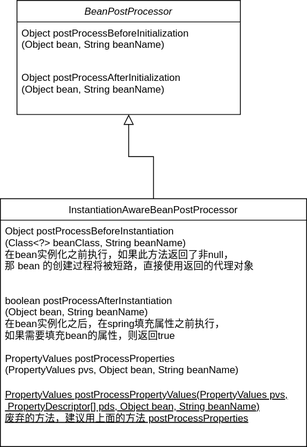
Above: spring.svg in peihuanhuan/draw.io (draw.io), before the change. Source tidied: cells renumbered, new cells last; positions are measured from the earlier drawing's top-left corner, leaving out a move shared by most shapes.
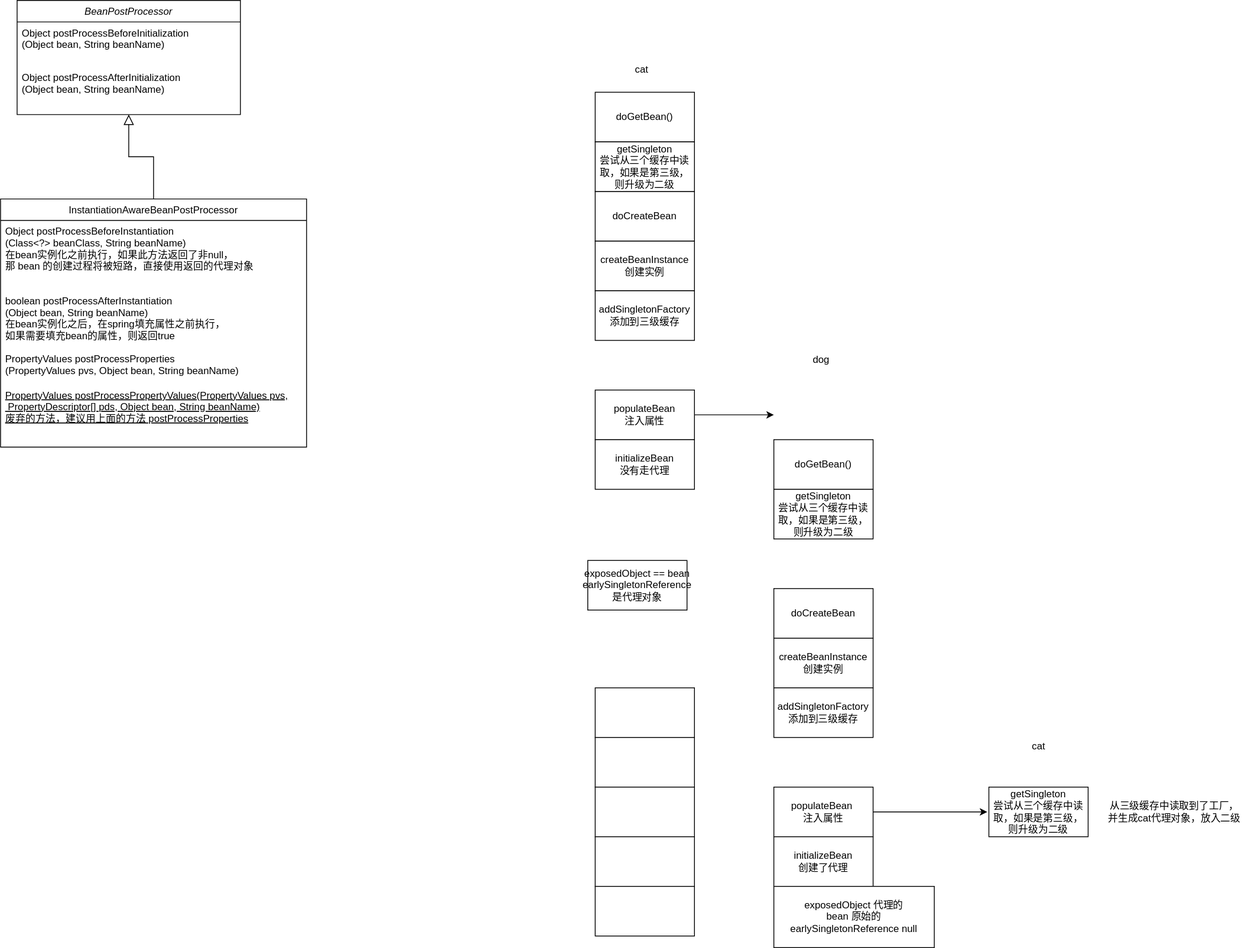
The same file after the commit.

Diff of the diagram source:
```diff
@@ -29,5 +29,93 @@
     <mxCell id="10" style="endArrow=block;endSize=10;endFill=0;shadow=0;strokeWidth=1;rounded=0;edgeStyle=elbowEdgeStyle;elbow=vertical;" parent="1" edge="1" source="5" target="2">
       <mxGeometry relative="1" as="geometry" />
     </mxCell>
+    <mxCell id="11" value="doGetBean()" style="rounded=0;whiteSpace=wrap;html=1;" parent="1" vertex="1">
+      <mxGeometry x="719" y="111" width="120" height="60" as="geometry" />
+    </mxCell>
+    <mxCell id="12" value="doCreateBean" style="rounded=0;whiteSpace=wrap;html=1;" parent="1" vertex="1">
+      <mxGeometry x="719" y="231" width="120" height="60" as="geometry" />
+    </mxCell>
+    <mxCell id="13" value="createBeanInstance&lt;br&gt;创建实例" style="rounded=0;whiteSpace=wrap;html=1;" parent="1" vertex="1">
+      <mxGeometry x="719" y="291" width="120" height="60" as="geometry" />
+    </mxCell>
+    <mxCell id="14" value="addSingletonFactory&lt;br&gt;添加到三级缓存" style="rounded=0;whiteSpace=wrap;html=1;" parent="1" vertex="1">
+      <mxGeometry x="719" y="351" width="120" height="60" as="geometry" />
+    </mxCell>
+    <mxCell id="15" style="edgeStyle=orthogonalEdgeStyle;rounded=0;jettySize=auto;html=1;exitX=1;exitY=0.5;exitDx=0;exitDy=0;entryX=0;entryY=0.5;entryDx=0;entryDy=0;" parent="1" edge="1" source="16">
+      <mxGeometry relative="1" as="geometry">
+        <mxPoint x="935" y="501" as="targetPoint" />
+      </mxGeometry>
+    </mxCell>
+    <mxCell id="16" value="&lt;span&gt;populateBean&lt;br&gt;注入属性&lt;br&gt;&lt;/span&gt;" style="rounded=0;whiteSpace=wrap;html=1;" parent="1" vertex="1">
+      <mxGeometry x="719" y="471" width="120" height="60" as="geometry" />
+    </mxCell>
+    <mxCell id="17" value="&lt;span&gt;initializeBean&lt;br&gt;没有走代理&lt;br&gt;&lt;/span&gt;" style="rounded=0;whiteSpace=wrap;html=1;" parent="1" vertex="1">
+      <mxGeometry x="719" y="531" width="120" height="60" as="geometry" />
+    </mxCell>
+    <mxCell id="18" value="exposedObject == bean&lt;br&gt;earlySingletonReference 是代理对象" style="rounded=0;whiteSpace=wrap;html=1;" parent="1" vertex="1">
+      <mxGeometry x="710" y="677" width="120" height="60" as="geometry" />
+    </mxCell>
+    <mxCell id="19" style="rounded=0;whiteSpace=wrap;html=1;" parent="1" vertex="1">
+      <mxGeometry x="719" y="831" width="120" height="60" as="geometry" />
+    </mxCell>
+    <mxCell id="20" style="rounded=0;whiteSpace=wrap;html=1;" parent="1" vertex="1">
+      <mxGeometry x="719" y="891" width="120" height="60" as="geometry" />
+    </mxCell>
+    <mxCell id="21" style="rounded=0;whiteSpace=wrap;html=1;" parent="1" vertex="1">
+      <mxGeometry x="719" y="951" width="120" height="60" as="geometry" />
+    </mxCell>
+    <mxCell id="22" style="rounded=0;whiteSpace=wrap;html=1;" parent="1" vertex="1">
+      <mxGeometry x="719" y="1011" width="120" height="60" as="geometry" />
+    </mxCell>
+    <mxCell id="23" style="rounded=0;whiteSpace=wrap;html=1;" parent="1" vertex="1">
+      <mxGeometry x="719" y="1071" width="120" height="60" as="geometry" />
+    </mxCell>
+    <mxCell id="24" value="getSingleton&lt;br&gt;尝试从三个缓存中读取，如果是第三级，则升级为二级" style="rounded=0;whiteSpace=wrap;html=1;" parent="1" vertex="1">
+      <mxGeometry x="719" y="171" width="120" height="60" as="geometry" />
+    </mxCell>
+    <mxCell id="25" value="doGetBean()" style="rounded=0;whiteSpace=wrap;html=1;" parent="1" vertex="1">
+      <mxGeometry x="935" y="531" width="120" height="60" as="geometry" />
+    </mxCell>
+    <mxCell id="26" value="doCreateBean" style="rounded=0;whiteSpace=wrap;html=1;" parent="1" vertex="1">
+      <mxGeometry x="935" y="711" width="120" height="60" as="geometry" />
+    </mxCell>
+    <mxCell id="27" value="createBeanInstance&lt;br&gt;创建实例" style="rounded=0;whiteSpace=wrap;html=1;" parent="1" vertex="1">
+      <mxGeometry x="935" y="771" width="120" height="60" as="geometry" />
+    </mxCell>
+    <mxCell id="28" value="addSingletonFactory&lt;br&gt;添加到三级缓存" style="rounded=0;whiteSpace=wrap;html=1;" parent="1" vertex="1">
+      <mxGeometry x="935" y="831" width="120" height="60" as="geometry" />
+    </mxCell>
+    <mxCell id="29" style="edgeStyle=orthogonalEdgeStyle;rounded=0;jettySize=auto;html=1;entryX=0;entryY=0.5;entryDx=0;entryDy=0;" parent="1" edge="1" source="30">
+      <mxGeometry relative="1" as="geometry">
+        <mxPoint x="1193" y="981" as="targetPoint" />
+      </mxGeometry>
+    </mxCell>
+    <mxCell id="30" value="&lt;span&gt;populateBean&amp;nbsp;&lt;br&gt;&lt;/span&gt;注入属性&lt;span&gt;&lt;br&gt;&lt;/span&gt;" style="rounded=0;whiteSpace=wrap;html=1;" parent="1" vertex="1">
+      <mxGeometry x="935" y="951" width="120" height="60" as="geometry" />
+    </mxCell>
+    <mxCell id="31" value="&lt;span&gt;initializeBean&lt;br&gt;创建了代理&lt;br&gt;&lt;/span&gt;" style="rounded=0;whiteSpace=wrap;html=1;" parent="1" vertex="1">
+      <mxGeometry x="935" y="1011" width="120" height="60" as="geometry" />
+    </mxCell>
+    <mxCell id="32" value="exposedObject 代理的&lt;br&gt;bean 原始的&lt;br&gt;earlySingletonReference null" style="rounded=0;whiteSpace=wrap;html=1;" parent="1" vertex="1">
+      <mxGeometry x="935" y="1071" width="194" height="74" as="geometry" />
+    </mxCell>
+    <mxCell id="33" value="getSingleton&lt;br&gt;尝试从三个缓存中读取，如果是第三级，则升级为二级" style="rounded=0;whiteSpace=wrap;html=1;" parent="1" vertex="1">
+      <mxGeometry x="935" y="591" width="120" height="60" as="geometry" />
+    </mxCell>
+    <mxCell id="34" value="cat" style="text;html=1;align=center;verticalAlign=middle;" parent="1" vertex="1">
+      <mxGeometry x="762" y="75" width="26" height="18" as="geometry" />
+    </mxCell>
+    <mxCell id="35" value="dog" style="text;html=1;align=center;verticalAlign=middle;" parent="1" vertex="1">
+      <mxGeometry x="977" y="426" width="30" height="18" as="geometry" />
+    </mxCell>
+    <mxCell id="36" value="cat" style="text;html=1;align=center;verticalAlign=middle;" parent="1" vertex="1">
+      <mxGeometry x="1242" y="893" width="26" height="18" as="geometry" />
+    </mxCell>
+    <mxCell id="37" value="getSingleton&lt;br&gt;尝试从三个缓存中读取，如果是第三级，则升级为二级" style="rounded=0;whiteSpace=wrap;html=1;" parent="1" vertex="1">
+      <mxGeometry x="1195" y="951" width="120" height="60" as="geometry" />
+    </mxCell>
+    <mxCell id="38" value="&lt;div&gt;&lt;span&gt;从三级缓存中读取到了工厂，&lt;/span&gt;&lt;/div&gt;&lt;div&gt;&lt;span&gt;并生成cat代理对象，放入二级&lt;/span&gt;&lt;br&gt;&lt;/div&gt;" style="text;html=1;align=center;verticalAlign=middle;" parent="1" vertex="1">
+      <mxGeometry x="1334" y="965" width="170" height="32" as="geometry" />
+    </mxCell>
   </root>
 </mxGraphModel>
```
